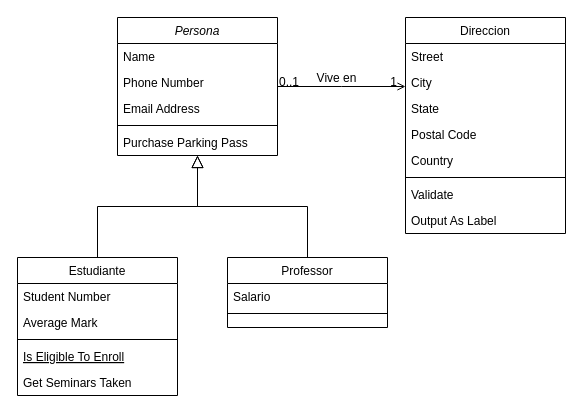
Earlier version of the draw.io diagram Untitled Diagram.drawio (robles666/Apuntes). Source tidied: cells renumbered, new cells numbered last; positions are measured from the earlier drawing's top-left corner, leaving out a move shared by most shapes. Both pictures are drawn from the tidied source at 100%, with x=0, y=0 at pixel (17, 17).
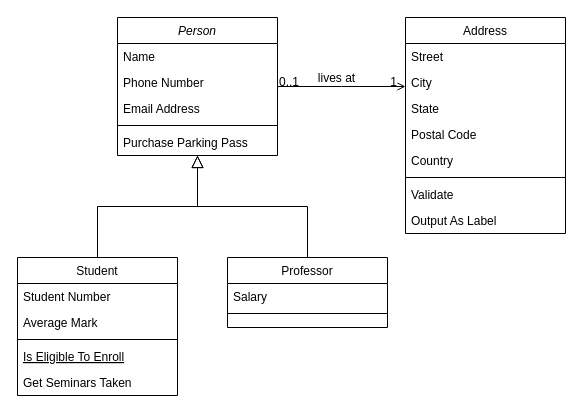
The same page after the edit.

The change refers to these unchanged cells:
```xml
<mxCell id="15" value="Professor" style="swimlane;fontStyle=0;align=center;verticalAlign=top;horizontal=1;startSize=26;rounded=0;shadow=0;strokeWidth=1;" parent="1" vertex="1">
  <mxGeometry x="210" y="240" width="160" height="70" as="geometry" />
</mxCell>
<mxCell id="28" style="endArrow=open;shadow=0;strokeWidth=1;rounded=0;endFill=1;edgeStyle=elbowEdgeStyle;elbow=vertical;" parent="1" edge="1" source="2" target="19">
  <mxGeometry x="0.5" y="41" relative="1" as="geometry">
    <mxPoint x="-40" y="32" as="offset" />
  </mxGeometry>
</mxCell>
```

What changed in the source:
```diff
@@
-    <mxCell id="2" value="Persona" style="swimlane;fontStyle=2;align=center;verticalAlign=top;horizontal=1;startSize=26;rounded=0;shadow=0;strokeWidth=1;" parent="1" vertex="1">
+    <mxCell id="2" value="Person" style="swimlane;fontStyle=2;align=center;verticalAlign=top;horizontal=1;startSize=26;rounded=0;shadow=0;strokeWidth=1;" parent="1" vertex="1">
       <mxGeometry x="100" width="160" height="138" as="geometry" />
     </mxCell>
@@
-    <mxCell id="8" value="Estudiante" style="swimlane;fontStyle=0;align=center;verticalAlign=top;horizontal=1;startSize=26;rounded=0;shadow=0;strokeWidth=1;" parent="1" vertex="1">
+    <mxCell id="8" value="Student" style="swimlane;fontStyle=0;align=center;verticalAlign=top;horizontal=1;startSize=26;rounded=0;shadow=0;strokeWidth=1;" parent="1" vertex="1">
       <mxGeometry y="240" width="160" height="138" as="geometry" />
     </mxCell>
@@
-    <mxCell id="16" value="Salario" style="text;align=left;verticalAlign=top;spacingLeft=4;spacingRight=4;overflow=hidden;" parent="15" vertex="1">
+    <mxCell id="16" value="Salary" style="text;align=left;verticalAlign=top;spacingLeft=4;spacingRight=4;overflow=hidden;" parent="15" vertex="1">
       <mxGeometry y="26" width="160" height="26" as="geometry" />
     </mxCell>
@@
-    <mxCell id="19" value="Direccion" style="swimlane;fontStyle=0;align=center;verticalAlign=top;horizontal=1;startSize=26;rounded=0;shadow=0;strokeWidth=1;" parent="1" vertex="1">
+    <mxCell id="19" value="Address" style="swimlane;fontStyle=0;align=center;verticalAlign=top;horizontal=1;startSize=26;rounded=0;shadow=0;strokeWidth=1;" parent="1" vertex="1">
       <mxGeometry x="388" width="160" height="216" as="geometry" />
     </mxCell>
@@
-    <mxCell id="31" value="Vive en" style="text;html=1;align=center;verticalAlign=middle;labelBackgroundColor=none;rounded=0;shadow=0;strokeWidth=1;fontSize=12;" parent="28" vertex="1">
+    <mxCell id="31" value="lives at" style="text;html=1;align=center;verticalAlign=middle;labelBackgroundColor=none;rounded=0;shadow=0;strokeWidth=1;fontSize=12;" parent="28" vertex="1">
       <mxGeometry x="0.5" y="49" relative="1" as="geometry">
         <mxPoint x="-38" y="40" as="offset" />
       </mxGeometry>
     </mxCell>
```
